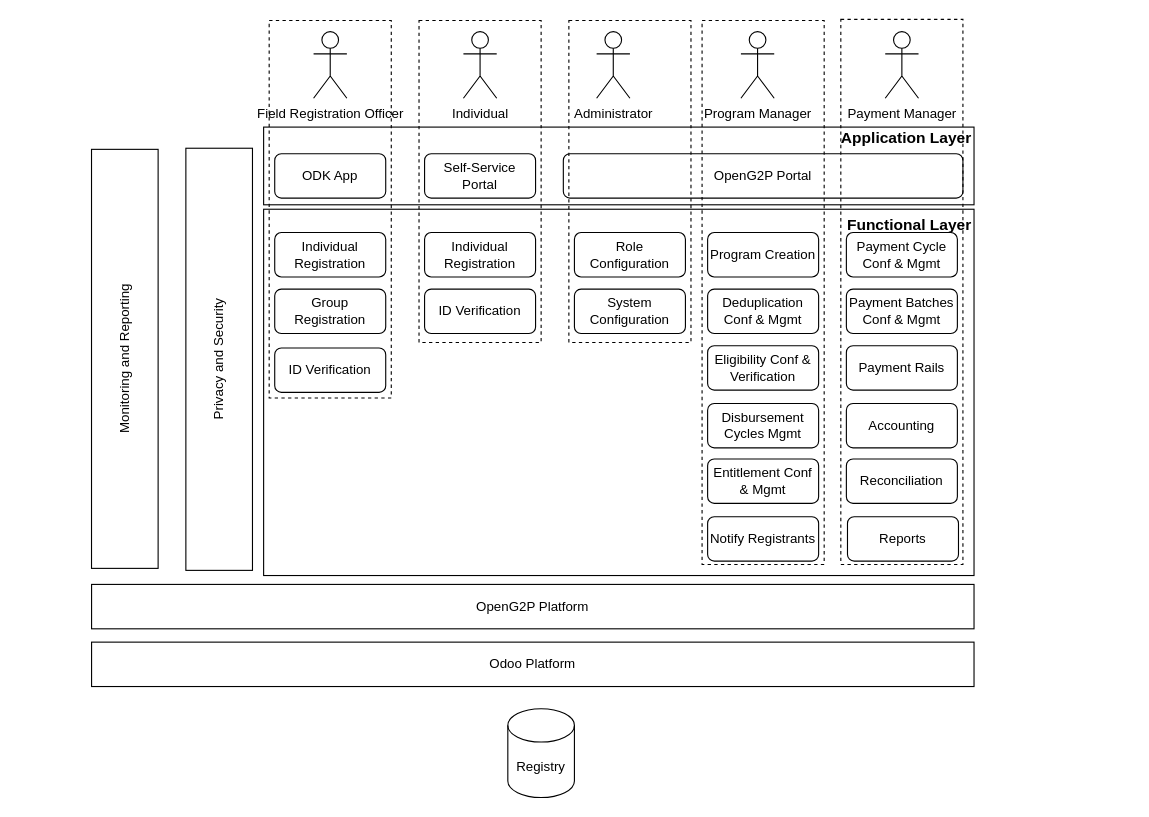
Earlier version of the draw.io diagram .gitbook/assets/functional-architecture.drawio (OpenG2P/openg2p-documentation). Source tidied: cells renumbered, new cells numbered last; positions are measured from the earlier drawing's top-left corner, leaving out a move shared by most shapes. Both pictures are drawn from the tidied source at 111%, with x=0, y=0 at pixel (-85, 19).
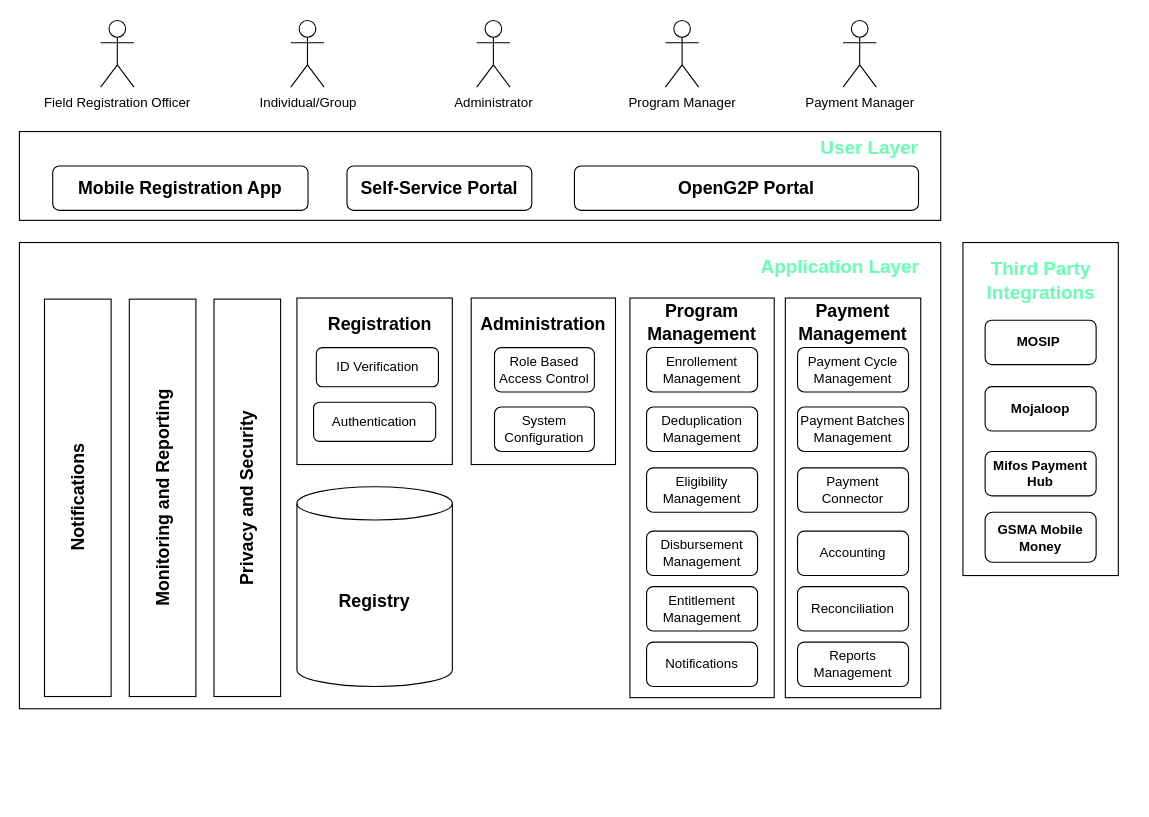
Above is the later version.

Diff of the diagram source:
```diff
@@
+    <mxCell id="41" style="rounded=0;whiteSpace=wrap;html=1;" parent="1" vertex="1">
+      <mxGeometry x="944" y="201" width="140" height="300" as="geometry" />
+    </mxCell>
+    <mxCell id="42" style="rounded=0;whiteSpace=wrap;html=1;" parent="1" vertex="1">
+      <mxGeometry x="94" y="101" width="830" height="80" as="geometry" />
+    </mxCell>
+    <mxCell id="43" style="rounded=0;whiteSpace=wrap;html=1;" parent="1" vertex="1">
+      <mxGeometry x="94" y="201" width="830" height="420" as="geometry" />
+    </mxCell>
+    <mxCell id="44" style="rounded=0;whiteSpace=wrap;html=1;" parent="1" vertex="1">
+      <mxGeometry x="501" y="251" width="130" height="150" as="geometry" />
+    </mxCell>
+    <mxCell id="45" style="rounded=0;whiteSpace=wrap;html=1;" parent="1" vertex="1">
+      <mxGeometry x="344" y="251" width="140" height="150" as="geometry" />
+    </mxCell>
+    <mxCell id="46" style="rounded=0;whiteSpace=wrap;html=1;" parent="1" vertex="1">
+      <mxGeometry x="644" y="251" width="130" height="360" as="geometry" />
+    </mxCell>
+    <mxCell id="47" style="rounded=0;whiteSpace=wrap;html=1;" parent="1" vertex="1">
+      <mxGeometry x="784" y="251" width="122" height="360" as="geometry" />
+    </mxCell>
-    <mxCell id="2" value="ODK App" style="rounded=1;whiteSpace=wrap;html=1;" parent="1" vertex="1">
-      <mxGeometry x="324" y="121" width="100" height="40" as="geometry" />
+    <mxCell id="2" value="&lt;font style=&quot;font-size: 16px;&quot;&gt;&lt;b&gt;Mobile Registration App&lt;/b&gt;&lt;/font&gt;" style="rounded=1;whiteSpace=wrap;html=1;" parent="1" vertex="1">
+      <mxGeometry x="124" y="132" width="230" height="40" as="geometry" />
     </mxCell>
     <mxCell id="3" value="Administrator&lt;br&gt;" style="shape=umlActor;verticalLabelPosition=bottom;verticalAlign=top;html=1;" parent="1" vertex="1">
-      <mxGeometry x="614" y="11" width="30" height="60" as="geometry" />
+      <mxGeometry x="506" y="1" width="30" height="60" as="geometry" />
     </mxCell>
     <mxCell id="4" value="Program Manager" style="shape=umlActor;verticalLabelPosition=bottom;verticalAlign=top;html=1;" parent="1" vertex="1">
-      <mxGeometry x="744" y="11" width="30" height="60" as="geometry" />
+      <mxGeometry x="676" y="1" width="30" height="60" as="geometry" />
     </mxCell>
     <mxCell id="5" value="Field Registration Officer&lt;br&gt;" style="shape=umlActor;verticalLabelPosition=bottom;verticalAlign=top;html=1;" parent="1" vertex="1">
-      <mxGeometry x="359" y="11" width="30" height="60" as="geometry" />
+      <mxGeometry x="167.2" y="1" width="30" height="60" as="geometry" />
     </mxCell>
-    <mxCell id="6" value="Individual" style="shape=umlActor;verticalLabelPosition=bottom;verticalAlign=top;html=1;" parent="1" vertex="1">
-      <mxGeometry x="494" y="11" width="30" height="60" as="geometry" />
+    <mxCell id="6" value="Individual/Group&lt;br&gt;" style="shape=umlActor;verticalLabelPosition=bottom;verticalAlign=top;html=1;" parent="1" vertex="1">
+      <mxGeometry x="338.5" y="1" width="30" height="60" as="geometry" />
     </mxCell>
-    <mxCell id="7" value="Registry&lt;br&gt;" style="shape=cylinder3;whiteSpace=wrap;html=1;boundedLbl=1;backgroundOutline=1;size=15;" parent="1" vertex="1">
-      <mxGeometry x="534" y="621" width="60" height="80" as="geometry" />
+    <mxCell id="7" value="&lt;font style=&quot;font-size: 16px;&quot;&gt;&lt;b&gt;Registry&lt;/b&gt;&lt;/font&gt;" style="shape=cylinder3;whiteSpace=wrap;html=1;boundedLbl=1;backgroundOutline=1;size=15;" parent="1" vertex="1">
+      <mxGeometry x="344" y="421" width="140" height="180" as="geometry" />
     </mxCell>
     <mxCell id="8" value="Payment Manager" style="shape=umlActor;verticalLabelPosition=bottom;verticalAlign=top;html=1;" parent="1" vertex="1">
-      <mxGeometry x="874" y="11" width="30" height="60" as="geometry" />
+      <mxGeometry x="836" y="1" width="30" height="60" as="geometry" />
     </mxCell>
-    <mxCell id="9" value="Privacy and Security&lt;br&gt;" style="rounded=0;whiteSpace=wrap;html=1;rotation=-90;" parent="1" vertex="1">
-      <mxGeometry x="83.8" y="276.2" width="380.3" height="60" as="geometry" />
+    <mxCell id="9" value="Privacy and Security&lt;br style=&quot;font-size: 16px;&quot;&gt;" style="rounded=0;whiteSpace=wrap;html=1;rotation=-90;fontSize=16;fontStyle=1;" parent="1" vertex="1">
+      <mxGeometry x="120.3" y="401" width="358" height="60" as="geometry" />
     </mxCell>
-    <mxCell id="10" value="Monitoring and Reporting" style="rounded=0;whiteSpace=wrap;html=1;rotation=-90;" parent="1" vertex="1">
-      <mxGeometry x="0.2" y="275.8" width="377.5" height="60" as="geometry" />
+    <mxCell id="10" value="Monitoring and Reporting" style="rounded=0;whiteSpace=wrap;html=1;rotation=-90;fontSize=16;fontStyle=1;" parent="1" vertex="1">
+      <mxGeometry x="44" y="401" width="358" height="60" as="geometry" />
     </mxCell>
-    <mxCell id="11" value="Self-Service Portal" style="rounded=1;whiteSpace=wrap;html=1;" parent="1" vertex="1">
-      <mxGeometry x="459" y="121" width="100" height="40" as="geometry" />
+    <mxCell id="11" value="&lt;font style=&quot;font-size: 16px;&quot;&gt;&lt;b&gt;Self-Service Portal&lt;/b&gt;&lt;/font&gt;" style="rounded=1;whiteSpace=wrap;html=1;" parent="1" vertex="1">
+      <mxGeometry x="389.1" y="132" width="166.5" height="40" as="geometry" />
     </mxCell>
-    <mxCell id="12" value="OpenG2P Portal" style="rounded=1;whiteSpace=wrap;html=1;" parent="1" vertex="1">
-      <mxGeometry x="584" y="121" width="360" height="40" as="geometry" />
+    <mxCell id="12" value="&lt;font style=&quot;font-size: 16px;&quot;&gt;&lt;b&gt;OpenG2P Portal&lt;/b&gt;&lt;/font&gt;" style="rounded=1;whiteSpace=wrap;html=1;" parent="1" vertex="1">
+      <mxGeometry x="594" y="132" width="310" height="40" as="geometry" />
     </mxCell>
-    <mxCell id="13" value="Group Registration" style="rounded=1;whiteSpace=wrap;html=1;" parent="1" vertex="1">
-      <mxGeometry x="324" y="243" width="100" height="40" as="geometry" />
-    </mxCell>
-    <mxCell id="14" value="Individual Registration" style="rounded=1;whiteSpace=wrap;html=1;" parent="1" vertex="1">
-      <mxGeometry x="459" y="192" width="100" height="40" as="geometry" />
-    </mxCell>
-    <mxCell id="15" value="Individual Registration" style="rounded=1;whiteSpace=wrap;html=1;" parent="1" vertex="1">
-      <mxGeometry x="324" y="192" width="100" height="40" as="geometry" />
-    </mxCell>
-    <mxCell id="16" value="Program Creation" style="rounded=1;whiteSpace=wrap;html=1;" parent="1" vertex="1">
-      <mxGeometry x="714" y="192" width="100" height="40" as="geometry" />
-    </mxCell>
-    <mxCell id="17" value="ID Verification" style="rounded=1;whiteSpace=wrap;html=1;" parent="1" vertex="1">
-      <mxGeometry x="324" y="296" width="100" height="40" as="geometry" />
-    </mxCell>
-    <mxCell id="18" value="Deduplication Conf &amp;amp; Mgmt" style="rounded=1;whiteSpace=wrap;html=1;" parent="1" vertex="1">
-      <mxGeometry x="714" y="243" width="100" height="40" as="geometry" />
+    <mxCell id="18" value="Deduplication Management" style="rounded=1;whiteSpace=wrap;html=1;" parent="1" vertex="1">
+      <mxGeometry x="659" y="349.2" width="100" height="40" as="geometry" />
     </mxCell>
-    <mxCell id="19" value="Disbursement Cycles Mgmt" style="rounded=1;whiteSpace=wrap;html=1;" parent="1" vertex="1">
-      <mxGeometry x="714" y="346" width="100" height="40" as="geometry" />
+    <mxCell id="19" value="Disbursement Management" style="rounded=1;whiteSpace=wrap;html=1;" parent="1" vertex="1">
+      <mxGeometry x="659" y="461" width="100" height="40" as="geometry" />
     </mxCell>
-    <mxCell id="20" value="Eligibility Conf &amp;amp; Verification" style="rounded=1;whiteSpace=wrap;html=1;" parent="1" vertex="1">
-      <mxGeometry x="714" y="294" width="100" height="40" as="geometry" />
-    </mxCell>
-    <mxCell id="21" value="Entitlement Conf &amp;amp; Mgmt" style="rounded=1;whiteSpace=wrap;html=1;" parent="1" vertex="1">
-      <mxGeometry x="714" y="396" width="100" height="40" as="geometry" />
+    <mxCell id="21" value="Entitlement Management" style="rounded=1;whiteSpace=wrap;html=1;" parent="1" vertex="1">
+      <mxGeometry x="659" y="511" width="100" height="40" as="geometry" />
     </mxCell>
-    <mxCell id="22" value="Notify Registrants" style="rounded=1;whiteSpace=wrap;html=1;" parent="1" vertex="1">
-      <mxGeometry x="714" y="448" width="100" height="40" as="geometry" />
+    <mxCell id="22" value="Notifications&lt;br&gt;" style="rounded=1;whiteSpace=wrap;html=1;" parent="1" vertex="1">
+      <mxGeometry x="659" y="561" width="100" height="40" as="geometry" />
     </mxCell>
-    <mxCell id="23" value="Role Configuration" style="rounded=1;whiteSpace=wrap;html=1;" parent="1" vertex="1">
-      <mxGeometry x="594" y="192" width="100" height="40" as="geometry" />
+    <mxCell id="23" value="Role Based Access Control" style="rounded=1;whiteSpace=wrap;html=1;" parent="1" vertex="1">
+      <mxGeometry x="522" y="295.7" width="90" height="40" as="geometry" />
     </mxCell>
-    <mxCell id="24" value="Payment Cycle Conf &amp;amp; Mgmt" style="rounded=1;whiteSpace=wrap;html=1;" parent="1" vertex="1">
-      <mxGeometry x="839" y="192" width="100" height="40" as="geometry" />
+    <mxCell id="24" value="Payment Cycle Management" style="rounded=1;whiteSpace=wrap;html=1;" parent="1" vertex="1">
+      <mxGeometry x="795" y="295.6" width="100" height="40" as="geometry" />
     </mxCell>
-    <mxCell id="25" value="Payment Batches Conf &amp;amp; Mgmt" style="rounded=1;whiteSpace=wrap;html=1;" parent="1" vertex="1">
-      <mxGeometry x="839" y="243" width="100" height="40" as="geometry" />
+    <mxCell id="25" value="Payment Batches Management" style="rounded=1;whiteSpace=wrap;html=1;" parent="1" vertex="1">
+      <mxGeometry x="795" y="349.2" width="100" height="40" as="geometry" />
     </mxCell>
     <mxCell id="26" value="Accounting" style="rounded=1;whiteSpace=wrap;html=1;" parent="1" vertex="1">
-      <mxGeometry x="839" y="346" width="100" height="40" as="geometry" />
+      <mxGeometry x="795" y="461" width="100" height="40" as="geometry" />
     </mxCell>
     <mxCell id="27" value="Reconciliation" style="rounded=1;whiteSpace=wrap;html=1;" parent="1" vertex="1">
-      <mxGeometry x="839" y="396" width="100" height="40" as="geometry" />
+      <mxGeometry x="795" y="511" width="100" height="40" as="geometry" />
     </mxCell>
-    <mxCell id="28" value="Reports" style="rounded=1;whiteSpace=wrap;html=1;" parent="1" vertex="1">
-      <mxGeometry x="840" y="448" width="100" height="40" as="geometry" />
+    <mxCell id="28" value="Reports Management" style="rounded=1;whiteSpace=wrap;html=1;" parent="1" vertex="1">
+      <mxGeometry x="795" y="561" width="100" height="40" as="geometry" />
     </mxCell>
-    <mxCell id="29" value="Payment Rails" style="rounded=1;whiteSpace=wrap;html=1;" parent="1" vertex="1">
-      <mxGeometry x="839" y="294" width="100" height="40" as="geometry" />
+    <mxCell id="29" value="&lt;b&gt;Mojaloop&lt;/b&gt;" style="rounded=1;whiteSpace=wrap;html=1;" parent="1" vertex="1">
+      <mxGeometry x="964" y="330.8" width="100" height="40" as="geometry" />
     </mxCell>
     <mxCell id="30" value="System Configuration" style="rounded=1;whiteSpace=wrap;html=1;" parent="1" vertex="1">
-      <mxGeometry x="594" y="243" width="100" height="40" as="geometry" />
+      <mxGeometry x="522" y="349.2" width="90" height="40" as="geometry" />
     </mxCell>
-    <mxCell id="31" value="ID Verification" style="rounded=1;whiteSpace=wrap;html=1;" parent="1" vertex="1">
-      <mxGeometry x="459" y="243" width="100" height="40" as="geometry" />
-    </mxCell>
+    <mxCell id="48" value="Eligibility Management" style="rounded=1;whiteSpace=wrap;html=1;" parent="1" vertex="1">
+      <mxGeometry x="659" y="404" width="100" height="40" as="geometry" />
+    </mxCell>
+    <mxCell id="17" value="ID Verification" style="rounded=1;whiteSpace=wrap;html=1;" parent="1" vertex="1">
+      <mxGeometry x="361.5" y="295.7" width="110" height="35.2" as="geometry" />
+    </mxCell>
+    <mxCell id="49" value="&lt;b&gt;MOSIP&amp;nbsp;&lt;/b&gt;" style="rounded=1;whiteSpace=wrap;html=1;" parent="1" vertex="1">
+      <mxGeometry x="964" y="271" width="100" height="40" as="geometry" />
+    </mxCell>
+    <mxCell id="50" value="&lt;b&gt;Mifos Payment Hub&lt;/b&gt;" style="rounded=1;whiteSpace=wrap;html=1;" parent="1" vertex="1">
+      <mxGeometry x="964" y="389.2" width="100" height="40" as="geometry" />
+    </mxCell>
+    <mxCell id="51" value="&lt;b&gt;GSMA Mobile Money&lt;/b&gt;" style="rounded=1;whiteSpace=wrap;html=1;" parent="1" vertex="1">
+      <mxGeometry x="964" y="444" width="100" height="45" as="geometry" />
+    </mxCell>
+    <mxCell id="52" value="Payment Connector" style="rounded=1;whiteSpace=wrap;html=1;" parent="1" vertex="1">
+      <mxGeometry x="795" y="404" width="100" height="40" as="geometry" />
+    </mxCell>
+    <mxCell id="53" value="Notifications" style="rounded=0;whiteSpace=wrap;html=1;rotation=-90;fontSize=16;fontStyle=1;" parent="1" vertex="1">
+      <mxGeometry x="-32.4" y="401" width="358" height="60" as="geometry" />
+    </mxCell>
+    <mxCell id="54" value="&lt;b&gt;&lt;font style=&quot;font-size: 17px;&quot;&gt;User Layer&lt;/font&gt;&lt;/b&gt;" style="text;html=1;align=center;verticalAlign=middle;whiteSpace=wrap;rounded=0;fontColor=#66FFB3;" parent="1" vertex="1">
+      <mxGeometry x="806" y="102" width="108" height="30" as="geometry" />
+    </mxCell>
+    <mxCell id="55" value="Authentication" style="rounded=1;whiteSpace=wrap;html=1;" parent="1" vertex="1">
+      <mxGeometry x="359" y="344.9" width="110" height="35.2" as="geometry" />
+    </mxCell>
+    <mxCell id="56" value="Registration" style="text;html=1;strokeColor=none;fillColor=none;align=center;verticalAlign=middle;whiteSpace=wrap;rounded=0;fontStyle=1;fontSize=16;" parent="1" vertex="1">
+      <mxGeometry x="389.1" y="259" width="60" height="30" as="geometry" />
+    </mxCell>
+    <mxCell id="57" value="Program Management" style="text;html=1;strokeColor=none;fillColor=none;align=center;verticalAlign=middle;whiteSpace=wrap;rounded=0;fontSize=16;fontStyle=1;" parent="1" vertex="1">
+      <mxGeometry x="679" y="258.2" width="60" height="30" as="geometry" />
+    </mxCell>
+    <mxCell id="58" value="Enrollement Management" style="rounded=1;whiteSpace=wrap;html=1;" parent="1" vertex="1">
+      <mxGeometry x="659" y="295.6" width="100" height="40" as="geometry" />
+    </mxCell>
+    <mxCell id="59" value="Payment Management" style="text;html=1;strokeColor=none;fillColor=none;align=center;verticalAlign=middle;whiteSpace=wrap;rounded=0;fontSize=16;fontStyle=1;" parent="1" vertex="1">
+      <mxGeometry x="815" y="258.2" width="60" height="30" as="geometry" />
+    </mxCell>
-    <mxCell id="32" value="Application Layer&lt;br style=&quot;font-size: 14px;&quot;&gt;&lt;br style=&quot;font-size: 14px;&quot;&gt;&lt;br style=&quot;font-size: 14px;&quot;&gt;&lt;br style=&quot;font-size: 14px;&quot;&gt;" style="rounded=0;whiteSpace=wrap;html=1;fillColor=none;align=right;fontStyle=1;fontSize=14;" parent="1" vertex="1">
-      <mxGeometry x="314" y="97" width="640" height="70" as="geometry" />
+    <mxCell id="32" value="&lt;b&gt;&lt;font style=&quot;font-size: 17px;&quot;&gt;Application Layer&lt;/font&gt;&lt;/b&gt;" style="text;html=1;align=center;verticalAlign=middle;whiteSpace=wrap;rounded=0;fontColor=#66FFB3;" parent="1" vertex="1">
+      <mxGeometry x="753" y="209" width="161" height="30" as="geometry" />
     </mxCell>
-    <mxCell id="33" style="rounded=0;whiteSpace=wrap;html=1;fillColor=none;dashed=1;" parent="1" vertex="1">
-      <mxGeometry x="454" y="1" width="110" height="290" as="geometry" />
-    </mxCell>
-    <mxCell id="34" style="rounded=0;whiteSpace=wrap;html=1;fillColor=none;dashed=1;" parent="1" vertex="1">
-      <mxGeometry x="589" y="1" width="110" height="290" as="geometry" />
-    </mxCell>
-    <mxCell id="35" style="rounded=0;whiteSpace=wrap;html=1;fillColor=none;dashed=1;" parent="1" vertex="1">
-      <mxGeometry x="319" y="1" width="110" height="340" as="geometry" />
-    </mxCell>
-    <mxCell id="36" value="OpenG2P Platform" style="rounded=0;whiteSpace=wrap;html=1;" parent="1" vertex="1">
-      <mxGeometry x="159" y="509" width="795" height="40" as="geometry" />
-    </mxCell>
-    <mxCell id="37" value="Odoo Platform" style="rounded=0;whiteSpace=wrap;html=1;" parent="1" vertex="1">
-      <mxGeometry x="159" y="561" width="795" height="40" as="geometry" />
-    </mxCell>
-    <mxCell id="38" style="rounded=0;whiteSpace=wrap;html=1;fillColor=none;dashed=1;" parent="1" vertex="1">
-      <mxGeometry x="709" y="1" width="110" height="490" as="geometry" />
-    </mxCell>
-    <mxCell id="39" style="rounded=0;whiteSpace=wrap;html=1;fillColor=none;dashed=1;" parent="1" vertex="1">
-      <mxGeometry x="834" width="110" height="491" as="geometry" />
-    </mxCell>
-    <mxCell id="40" value="&lt;br&gt;Functional Layer&lt;br style=&quot;font-size: 13px;&quot;&gt;&lt;br style=&quot;font-size: 13px;&quot;&gt;&lt;br style=&quot;font-size: 14px;&quot;&gt;&lt;br style=&quot;font-size: 14px;&quot;&gt;&lt;br style=&quot;font-size: 14px;&quot;&gt;&lt;br style=&quot;font-size: 14px;&quot;&gt;&lt;br style=&quot;font-size: 14px;&quot;&gt;&lt;br style=&quot;font-size: 14px;&quot;&gt;&lt;br style=&quot;font-size: 14px;&quot;&gt;&lt;br style=&quot;font-size: 14px;&quot;&gt;&lt;br style=&quot;font-size: 14px;&quot;&gt;&lt;br style=&quot;font-size: 14px;&quot;&gt;&lt;br style=&quot;font-size: 14px;&quot;&gt;&lt;br style=&quot;font-size: 14px;&quot;&gt;&lt;br style=&quot;font-size: 14px;&quot;&gt;&lt;br style=&quot;font-size: 14px;&quot;&gt;&lt;br style=&quot;font-size: 14px;&quot;&gt;&lt;br style=&quot;font-size: 14px;&quot;&gt;&lt;br style=&quot;font-size: 14px;&quot;&gt;&amp;nbsp; &amp;nbsp;&amp;nbsp;" style="rounded=0;whiteSpace=wrap;html=1;fillColor=none;align=right;fontStyle=1;fontSize=14;" parent="1" vertex="1">
-      <mxGeometry x="314" y="171" width="640" height="330" as="geometry" />
-    </mxCell>
+    <mxCell id="60" value="Administration" style="text;html=1;strokeColor=none;fillColor=none;align=center;verticalAlign=middle;whiteSpace=wrap;rounded=0;fontSize=16;fontStyle=1;" parent="1" vertex="1">
+      <mxGeometry x="536" y="259" width="60" height="30" as="geometry" />
+    </mxCell>
+    <mxCell id="61" value="&lt;b&gt;&lt;font style=&quot;font-size: 17px;&quot;&gt;Third Party Integrations&lt;/font&gt;&lt;/b&gt;" style="text;html=1;align=center;verticalAlign=middle;whiteSpace=wrap;rounded=0;fontColor=#66FFB3;" parent="1" vertex="1">
+      <mxGeometry x="933.5" y="221" width="161" height="30" as="geometry" />
+    </mxCell>
```
